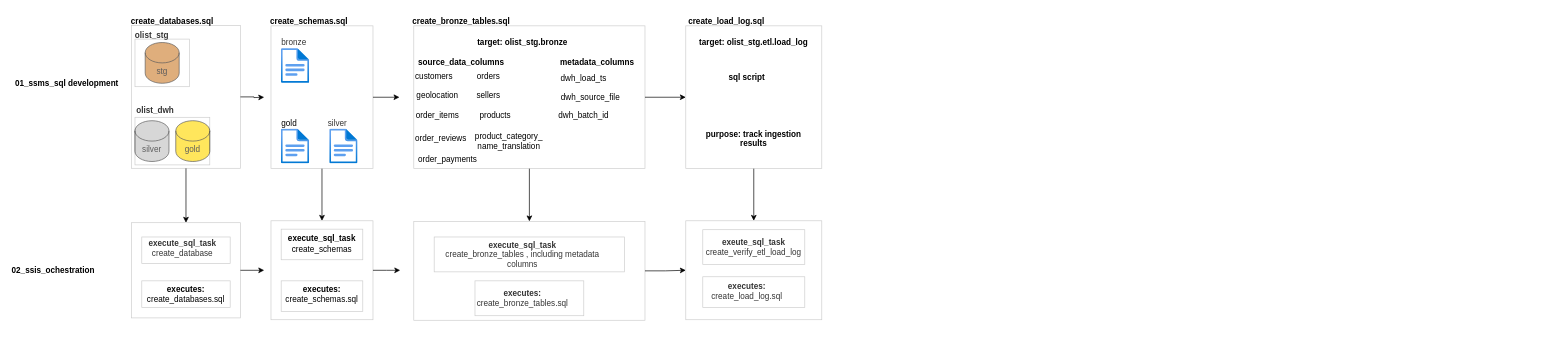
Earlier version of the draw.io diagram 02_documentation/ssis_flow.drawio (Rofhiwa-Muthivhi/olist_dwh_solution). Source tidied: cells renumbered, new cells numbered last; positions are measured from the earlier drawing's top-left corner, leaving out a move shared by most shapes. Both pictures are drawn from the tidied source at 68%, with x=0, y=0 at pixel (12, 12).
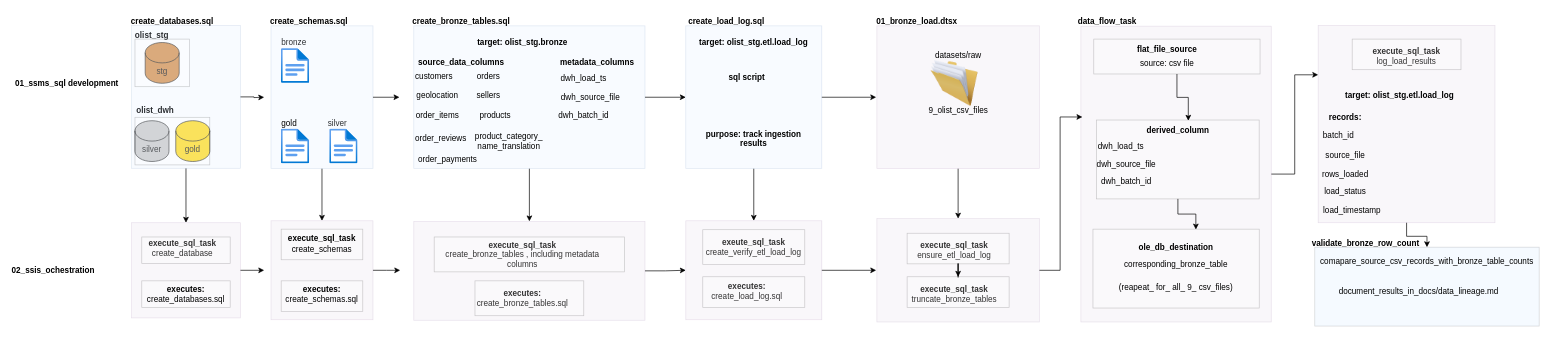
After the change.

Commit message (it also covers changes not shown here):
Update ssis workflow diagram with bronze ingestion and ETL log structure.

What changed in the source:
```diff
@@
-    <mxCell id="14" style="rounded=0;whiteSpace=wrap;html=1;opacity=20;opacityGroup=1;" parent="1" vertex="1">
+    <mxCell id="14" style="rounded=0;whiteSpace=wrap;html=1;opacity=20;opacityGroup=1;fillColor=#dae8fc;strokeColor=#6c8ebf;" parent="1" vertex="1">
       <mxGeometry x="175" y="20" width="160" height="210" as="geometry" />
     </mxCell>
@@
-    <mxCell id="18" style="rounded=0;whiteSpace=wrap;html=1;opacity=20;opacityGroup=1;" parent="1" vertex="1">
+    <mxCell id="18" style="rounded=0;whiteSpace=wrap;html=1;opacity=20;opacityGroup=1;fillColor=#dae8fc;strokeColor=#6c8ebf;" parent="1" vertex="1">
       <mxGeometry x="380" y="20.5" width="150" height="210" as="geometry" />
     </mxCell>
@@
-    <mxCell id="23" style="rounded=0;whiteSpace=wrap;html=1;opacity=20;opacityGroup=1;" parent="1" vertex="1">
+    <mxCell id="23" style="rounded=0;whiteSpace=wrap;html=1;opacity=20;opacityGroup=1;fillColor=#e1d5e7;strokeColor=#9673a6;" parent="1" vertex="1">
       <mxGeometry x="175" y="310" width="160" height="140" as="geometry" />
     </mxCell>
@@
-    <mxCell id="29" style="rounded=0;whiteSpace=wrap;html=1;opacity=20;opacityGroup=1;" parent="1" vertex="1">
+    <mxCell id="29" style="rounded=0;whiteSpace=wrap;html=1;opacity=20;opacityGroup=1;fillColor=#e1d5e7;strokeColor=#9673a6;" parent="1" vertex="1">
       <mxGeometry x="380" y="307.2" width="150" height="145.5" as="geometry" />
     </mxCell>
@@
-    <mxCell id="38" style="rounded=0;whiteSpace=wrap;html=1;opacity=20;opacityGroup=1;" parent="1" vertex="1">
+    <mxCell id="38" style="rounded=0;whiteSpace=wrap;html=1;opacity=20;opacityGroup=1;fillColor=#dae8fc;strokeColor=#6c8ebf;" parent="1" vertex="1">
       <mxGeometry x="590" y="20.5" width="340" height="210" as="geometry" />
     </mxCell>
@@
-    <mxCell id="40" style="rounded=0;whiteSpace=wrap;html=1;opacity=20;opacityGroup=1;" parent="1" vertex="1">
+    <mxCell id="40" style="rounded=0;whiteSpace=wrap;html=1;opacity=20;opacityGroup=1;fillColor=#e1d5e7;strokeColor=#9673a6;" parent="1" vertex="1">
       <mxGeometry x="590" y="308" width="340" height="145.5" as="geometry" />
     </mxCell>
@@
+    <mxCell id="73" style="edgeStyle=orthogonalEdgeStyle;rounded=0;jettySize=auto;html=1;defaultLabelBackgroundColor=page;" parent="1" edge="1" source="62">
+      <mxGeometry relative="1" as="geometry">
+        <mxPoint x="1270" y="380" as="targetPoint" />
+      </mxGeometry>
+    </mxCell>
-    <mxCell id="62" style="rounded=0;whiteSpace=wrap;html=1;opacity=20;opacityGroup=1;" parent="1" vertex="1">
+    <mxCell id="62" style="rounded=0;whiteSpace=wrap;html=1;opacity=20;opacityGroup=1;fillColor=#e1d5e7;strokeColor=#9673a6;" parent="1" vertex="1">
       <mxGeometry x="990" y="307.2" width="200" height="145.5" as="geometry" />
     </mxCell>
@@
+    <mxCell id="74" style="edgeStyle=orthogonalEdgeStyle;rounded=0;jettySize=auto;html=1;defaultLabelBackgroundColor=page;" parent="1" edge="1" source="64">
+      <mxGeometry relative="1" as="geometry">
+        <mxPoint x="1270" y="125.5" as="targetPoint" />
+      </mxGeometry>
+    </mxCell>
-    <mxCell id="64" style="rounded=0;whiteSpace=wrap;html=1;opacity=20;opacityGroup=1;" parent="1" vertex="1">
+    <mxCell id="64" style="rounded=0;whiteSpace=wrap;html=1;opacity=20;opacityGroup=1;fillColor=#dae8fc;strokeColor=#6c8ebf;" parent="1" vertex="1">
       <mxGeometry x="990" y="20.5" width="200" height="210" as="geometry" />
     </mxCell>
@@
+    <mxCell id="75" style="edgeStyle=orthogonalEdgeStyle;rounded=0;jettySize=auto;html=1;entryX=0.5;entryY=0;entryDx=0;entryDy=0;defaultLabelBackgroundColor=page;" parent="1" edge="1" source="76" target="81">
+      <mxGeometry relative="1" as="geometry" />
+    </mxCell>
+    <mxCell id="76" style="rounded=0;whiteSpace=wrap;html=1;opacity=20;opacityGroup=1;fillColor=#e1d5e7;strokeColor=#9673a6;" parent="1" vertex="1">
+      <mxGeometry x="1271" y="20.5" width="239" height="210" as="geometry" />
+    </mxCell>
+    <mxCell id="77" value="&lt;b&gt;01_bronze_load.dtsx&lt;/b&gt;" style="text;html=1;whiteSpace=wrap;strokeColor=none;fillColor=none;align=center;verticalAlign=middle;rounded=0;" parent="1" vertex="1">
+      <mxGeometry x="1300" width="60" height="30" as="geometry" />
+    </mxCell>
+    <mxCell id="78" style="image;html=1;image=img/lib/clip_art/general/Full_Folder_128x128.png;labelPerimeter=1;" parent="1" vertex="1">
+      <mxGeometry x="1350" y="70" width="70" height="70" as="geometry" />
+    </mxCell>
+    <mxCell id="79" value="datasets/raw" style="text;html=1;whiteSpace=wrap;strokeColor=none;fillColor=none;align=center;verticalAlign=middle;rounded=0;" parent="1" vertex="1">
+      <mxGeometry x="1360.5" y="50" width="60" height="30" as="geometry" />
+    </mxCell>
+    <mxCell id="80" value="9_olist_csv_files" style="text;html=1;whiteSpace=wrap;strokeColor=none;fillColor=none;align=center;verticalAlign=middle;rounded=0;" parent="1" vertex="1">
+      <mxGeometry x="1360.5" y="130" width="60" height="30" as="geometry" />
+    </mxCell>
+    <mxCell id="81" style="rounded=0;whiteSpace=wrap;html=1;opacity=20;opacityGroup=1;fillColor=#e1d5e7;strokeColor=#9673a6;" parent="1" vertex="1">
+      <mxGeometry x="1271" y="304" width="239" height="152" as="geometry" />
+    </mxCell>
+    <mxCell id="82" value="&lt;b&gt;execute_sql_task&lt;/b&gt;&lt;div&gt;ensure_etl_load_log&lt;/div&gt;" style="text;html=1;whiteSpace=wrap;strokeColor=none;fillColor=none;align=center;verticalAlign=middle;rounded=0;" parent="1" vertex="1">
+      <mxGeometry x="1355" y="335.5" width="60" height="30" as="geometry" />
+    </mxCell>
+    <mxCell id="83" value="&lt;b&gt;execute_sql_task&lt;/b&gt;&lt;div&gt;truncate_bronze_tables&lt;/div&gt;" style="text;html=1;whiteSpace=wrap;strokeColor=none;fillColor=none;align=center;verticalAlign=middle;rounded=0;" parent="1" vertex="1">
+      <mxGeometry x="1355" y="400" width="60" height="30" as="geometry" />
+    </mxCell>
+    <mxCell id="84" style="edgeStyle=orthogonalEdgeStyle;rounded=0;jettySize=auto;html=1;defaultLabelBackgroundColor=page;" parent="1" edge="1" source="85" target="86">
+      <mxGeometry relative="1" as="geometry" />
+    </mxCell>
+    <mxCell id="85" style="rounded=0;whiteSpace=wrap;html=1;opacity=20;opacityGroup=1;" parent="1" vertex="1">
+      <mxGeometry x="1315.5" y="325.5" width="150" height="45" as="geometry" />
+    </mxCell>
+    <mxCell id="86" style="rounded=0;whiteSpace=wrap;html=1;opacity=20;opacityGroup=1;" parent="1" vertex="1">
+      <mxGeometry x="1315.5" y="389.5" width="150" height="45" as="geometry" />
+    </mxCell>
+    <mxCell id="87" style="edgeStyle=orthogonalEdgeStyle;rounded=0;jettySize=auto;html=1;entryX=0;entryY=0.25;entryDx=0;entryDy=0;defaultLabelBackgroundColor=page;" parent="1" edge="1" source="88" target="105">
+      <mxGeometry relative="1" as="geometry" />
+    </mxCell>
+    <mxCell id="88" style="rounded=0;whiteSpace=wrap;html=1;opacity=20;opacityGroup=1;fillColor=#e1d5e7;strokeColor=#9673a6;" parent="1" vertex="1">
+      <mxGeometry x="1571" y="21" width="280" height="435" as="geometry" />
+    </mxCell>
+    <mxCell id="89" value="&lt;b&gt;data_flow_task&lt;/b&gt;" style="text;html=1;whiteSpace=wrap;strokeColor=none;fillColor=none;align=center;verticalAlign=middle;rounded=0;" parent="1" vertex="1">
+      <mxGeometry x="1580" width="60" height="30" as="geometry" />
+    </mxCell>
+    <mxCell id="90" style="rounded=0;whiteSpace=wrap;html=1;opacity=20;opacityGroup=1;" parent="1" vertex="1">
+      <mxGeometry x="1588.8" y="319.5" width="244.5" height="116" as="geometry" />
+    </mxCell>
+    <mxCell id="91" style="rounded=0;whiteSpace=wrap;html=1;opacity=20;opacityGroup=1;" parent="1" vertex="1">
+      <mxGeometry x="1594.2" y="159" width="239" height="116" as="geometry" />
+    </mxCell>
+    <mxCell id="92" style="edgeStyle=orthogonalEdgeStyle;rounded=0;jettySize=auto;html=1;entryX=0.75;entryY=0;entryDx=0;entryDy=0;defaultLabelBackgroundColor=page;" parent="1" edge="1" source="93" target="95">
+      <mxGeometry relative="1" as="geometry" />
+    </mxCell>
+    <mxCell id="93" style="rounded=0;whiteSpace=wrap;html=1;opacity=20;opacityGroup=1;" parent="1" vertex="1">
+      <mxGeometry x="1590" y="40" width="244.5" height="51.3" as="geometry" />
+    </mxCell>
+    <mxCell id="94" value="&lt;b&gt;flat_file_source&lt;/b&gt;" style="text;html=1;whiteSpace=wrap;strokeColor=none;fillColor=none;align=center;verticalAlign=middle;rounded=0;" parent="1" vertex="1">
+      <mxGeometry x="1668.2" y="40" width="60" height="30" as="geometry" />
+    </mxCell>
+    <mxCell id="95" value="&lt;b&gt;derived_column&lt;/b&gt;" style="text;html=1;whiteSpace=wrap;strokeColor=none;fillColor=none;align=center;verticalAlign=middle;rounded=0;" parent="1" vertex="1">
+      <mxGeometry x="1684" y="160" width="60" height="30" as="geometry" />
+    </mxCell>
+    <mxCell id="96" value="dwh_load_ts" style="text;html=1;whiteSpace=wrap;strokeColor=none;fillColor=none;align=center;verticalAlign=middle;rounded=0;" parent="1" vertex="1">
+      <mxGeometry x="1600" y="182.7" width="60" height="30" as="geometry" />
+    </mxCell>
+    <mxCell id="97" value="dwh_batch_id" style="text;html=1;whiteSpace=wrap;strokeColor=none;fillColor=none;align=center;verticalAlign=middle;rounded=0;" parent="1" vertex="1">
+      <mxGeometry x="1608.2" y="235" width="60" height="30" as="geometry" />
+    </mxCell>
+    <mxCell id="98" value="dwh_source_file" style="text;html=1;whiteSpace=wrap;strokeColor=none;fillColor=none;align=center;verticalAlign=middle;rounded=0;" parent="1" vertex="1">
+      <mxGeometry x="1608.2" y="209" width="60" height="30" as="geometry" />
+    </mxCell>
+    <mxCell id="99" style="edgeStyle=orthogonalEdgeStyle;rounded=0;orthogonalLoop=1;jettySize=auto;html=1;innerLoopWaypoints=1;exitX=0.5;exitY=1;exitDx=0;exitDy=0;defaultLabelBackgroundColor=page;" parent="1" edge="1" source="97" target="97">
+      <mxGeometry relative="1" as="geometry" />
+    </mxCell>
+    <mxCell id="100" value="&lt;b&gt;ole_db_destination&lt;/b&gt;" style="text;html=1;whiteSpace=wrap;strokeColor=none;fillColor=none;align=center;verticalAlign=middle;rounded=0;" parent="1" vertex="1">
+      <mxGeometry x="1681" y="331" width="60" height="30" as="geometry" />
+    </mxCell>
+    <mxCell id="101" value="&lt;div&gt;corresponding_bronze_table&lt;/div&gt;" style="text;html=1;whiteSpace=wrap;strokeColor=none;fillColor=none;align=center;verticalAlign=middle;rounded=0;" parent="1" vertex="1">
+      <mxGeometry x="1681" y="355.5" width="60" height="30" as="geometry" />
+    </mxCell>
+    <mxCell id="102" value="source: csv file" style="text;html=1;whiteSpace=wrap;strokeColor=none;fillColor=none;align=center;verticalAlign=middle;rounded=0;" parent="1" vertex="1">
+      <mxGeometry x="1648.2" y="61.3" width="100" height="30" as="geometry" />
+    </mxCell>
+    <mxCell id="103" value="(reapeat_ for_ all_ 9_ csv_files)" style="text;html=1;whiteSpace=wrap;strokeColor=none;fillColor=none;align=center;verticalAlign=middle;rounded=0;" parent="1" vertex="1">
+      <mxGeometry x="1621" y="389.5" width="180" height="30" as="geometry" />
+    </mxCell>
+    <mxCell id="104" style="edgeStyle=orthogonalEdgeStyle;rounded=0;jettySize=auto;html=1;entryX=0.5;entryY=0;entryDx=0;entryDy=0;defaultLabelBackgroundColor=page;" parent="1" edge="1" source="105" target="117">
+      <mxGeometry relative="1" as="geometry" />
+    </mxCell>
+    <mxCell id="105" style="rounded=0;whiteSpace=wrap;html=1;opacity=20;opacityGroup=1;fillColor=#e1d5e7;strokeColor=#9673a6;" parent="1" vertex="1">
+      <mxGeometry x="1920" y="20" width="260" height="290" as="geometry" />
+    </mxCell>
+    <mxCell id="106" value="&lt;b&gt;execute_sql_task&lt;/b&gt;&lt;div&gt;log_load_results&lt;/div&gt;" style="text;html=1;whiteSpace=wrap;strokeColor=none;fillColor=none;align=center;verticalAlign=middle;rounded=0;" parent="1" vertex="1">
+      <mxGeometry x="2020" y="50" width="60" height="30" as="geometry" />
+    </mxCell>
+    <mxCell id="107" style="rounded=0;whiteSpace=wrap;html=1;opacity=20;opacityGroup=1;" parent="1" vertex="1">
+      <mxGeometry x="1970" y="40" width="160" height="45" as="geometry" />
+    </mxCell>
+    <mxCell id="108" value="&lt;b&gt;target: olist_stg.etl.load_log&lt;/b&gt;" style="text;html=1;whiteSpace=wrap;strokeColor=none;fillColor=none;align=center;verticalAlign=middle;rounded=0;" parent="1" vertex="1">
+      <mxGeometry x="1950" y="108" width="180" height="30" as="geometry" />
+    </mxCell>
+    <mxCell id="109" value="&lt;b&gt;records:&lt;/b&gt;" style="text;html=1;whiteSpace=wrap;strokeColor=none;fillColor=none;align=center;verticalAlign=middle;rounded=0;" parent="1" vertex="1">
+      <mxGeometry x="1930" y="140" width="60" height="30" as="geometry" />
+    </mxCell>
+    <mxCell id="110" value="load_timestamp" style="text;html=1;whiteSpace=wrap;strokeColor=none;fillColor=none;align=center;verticalAlign=middle;rounded=0;" parent="1" vertex="1">
+      <mxGeometry x="1940" y="277.2" width="60" height="30" as="geometry" />
+    </mxCell>
+    <mxCell id="111" value="load_status" style="text;html=1;whiteSpace=wrap;strokeColor=none;fillColor=none;align=center;verticalAlign=middle;rounded=0;" parent="1" vertex="1">
+      <mxGeometry x="1930" y="250" width="60" height="30" as="geometry" />
+    </mxCell>
+    <mxCell id="112" value="source_file" style="text;html=1;whiteSpace=wrap;strokeColor=none;fillColor=none;align=center;verticalAlign=middle;rounded=0;" parent="1" vertex="1">
+      <mxGeometry x="1930" y="197" width="60" height="30" as="geometry" />
+    </mxCell>
+    <mxCell id="113" value="batch_id" style="text;html=1;whiteSpace=wrap;strokeColor=none;fillColor=none;align=center;verticalAlign=middle;rounded=0;" parent="1" vertex="1">
+      <mxGeometry x="1920" y="167" width="60" height="30" as="geometry" />
+    </mxCell>
+    <mxCell id="114" value="rows_loaded" style="text;html=1;whiteSpace=wrap;strokeColor=none;fillColor=none;align=center;verticalAlign=middle;rounded=0;" parent="1" vertex="1">
+      <mxGeometry x="1930" y="225" width="60" height="30" as="geometry" />
+    </mxCell>
+    <mxCell id="115" style="edgeStyle=orthogonalEdgeStyle;rounded=0;jettySize=auto;html=1;entryX=0.008;entryY=0.307;entryDx=0;entryDy=0;entryPerimeter=0;defaultLabelBackgroundColor=page;" parent="1" edge="1" source="81" target="88">
+      <mxGeometry relative="1" as="geometry" />
+    </mxCell>
+    <mxCell id="116" style="edgeStyle=orthogonalEdgeStyle;rounded=0;jettySize=auto;html=1;entryX=0.619;entryY=0.004;entryDx=0;entryDy=0;entryPerimeter=0;defaultLabelBackgroundColor=page;" parent="1" edge="1" source="91" target="90">
+      <mxGeometry relative="1" as="geometry" />
+    </mxCell>
+    <mxCell id="117" style="rounded=0;whiteSpace=wrap;html=1;opacity=20;opacityGroup=1;fillColor=#cce5ff;strokeColor=#36393d;" parent="1" vertex="1">
+      <mxGeometry x="1915" y="346" width="330" height="116" as="geometry" />
+    </mxCell>
+    <mxCell id="118" value="&lt;b&gt;validate_bronze_row_count&lt;/b&gt;" style="text;html=1;whiteSpace=wrap;strokeColor=none;fillColor=none;align=center;verticalAlign=middle;rounded=0;" parent="1" vertex="1">
+      <mxGeometry x="1960" y="325.5" width="60" height="30" as="geometry" />
+    </mxCell>
+    <mxCell id="119" value="comapare_source_csv_records_with_bronze_table_counts" style="text;html=1;whiteSpace=wrap;strokeColor=none;fillColor=none;align=center;verticalAlign=middle;rounded=0;" parent="1" vertex="1">
+      <mxGeometry x="2050" y="352.3" width="60" height="30" as="geometry" />
+    </mxCell>
+    <mxCell id="120" value="document_results_in_docs/data_lineage.md" style="text;html=1;whiteSpace=wrap;strokeColor=none;fillColor=none;align=center;verticalAlign=middle;rounded=0;" parent="1" vertex="1">
+      <mxGeometry x="2038" y="397" width="60" height="30" as="geometry" />
+    </mxCell>
```
